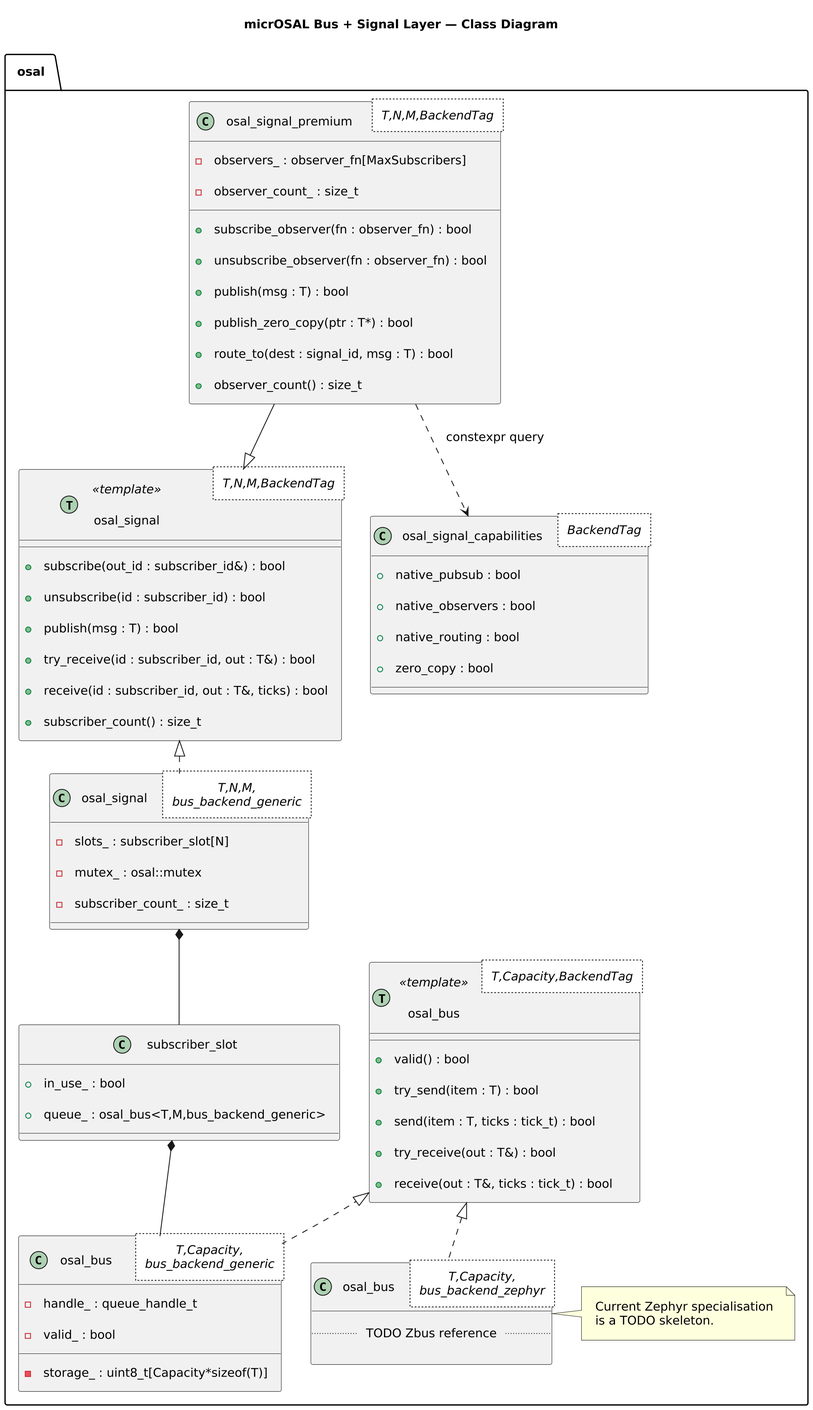
The PlantUML diagram docs/diagrams/print/bus_class_diagram.png in jwbmwv/micrOSAL, before a commit. Source of this version:
```plantuml
@startuml bus_class_diagram
!include /home/jbaldwin/Projects/micrOSAL/docs/diagrams/_render_profile_print.puml

title micrOSAL Bus + Signal Layer — Class Diagram

namespace osal {

    class "osal_bus<T,Capacity,BackendTag>" as Bus << (T,#ADD1B2) template >> {
        +valid() : bool
        +try_send(item : T) : bool
        +send(item : T, ticks : tick_t) : bool
        +try_receive(out : T&) : bool
        +receive(out : T&, ticks : tick_t) : bool
    }

    class "osal_bus<T,Capacity,\nbus_backend_generic>" as BusGeneric {
        -handle_ : queue_handle_t
        -storage_ : uint8_t[Capacity*sizeof(T)]
        -valid_ : bool
    }

    class "osal_bus<T,Capacity,\nbus_backend_zephyr>" as BusZephyr {
        .. TODO Zbus reference ..
    }

    Bus <|.. BusGeneric
    Bus <|.. BusZephyr

    class "osal_signal<T,N,M,BackendTag>" as Signal << (T,#ADD1B2) template >> {
        +subscribe(out_id : subscriber_id&) : bool
        +unsubscribe(id : subscriber_id) : bool
        +publish(msg : T) : bool
        +try_receive(id : subscriber_id, out : T&) : bool
        +receive(id : subscriber_id, out : T&, ticks) : bool
        +subscriber_count() : size_t
    }

    class "osal_signal<T,N,M,\nbus_backend_generic>" as SignalGeneric {
        -slots_ : subscriber_slot[N]
        -mutex_ : osal::mutex
        -subscriber_count_ : size_t
    }

    class subscriber_slot {
        +in_use_ : bool
        +queue_ : osal_bus<T,M,bus_backend_generic>
    }

    class "osal_signal_premium<T,N,M,BackendTag>" as SignalPremium {
        +subscribe_observer(fn : observer_fn) : bool
        +unsubscribe_observer(fn : observer_fn) : bool
        +publish(msg : T) : bool
        +publish_zero_copy(ptr : T*) : bool
        +route_to(dest : signal_id, msg : T) : bool
        +observer_count() : size_t
        -observers_ : observer_fn[MaxSubscribers]
        -observer_count_ : size_t
    }

    class "osal_signal_capabilities<BackendTag>" as Caps {
        +native_pubsub : bool
        +native_observers : bool
        +native_routing : bool
        +zero_copy : bool
    }

        Signal <|.. SignalGeneric
        SignalPremium --|> Signal
        SignalGeneric *-- subscriber_slot
        subscriber_slot *-- BusGeneric
        SignalPremium ..> Caps : constexpr query

        note right of BusZephyr
            Current Zephyr specialisation
            is a TODO skeleton.
        end note
}

@enduml
```
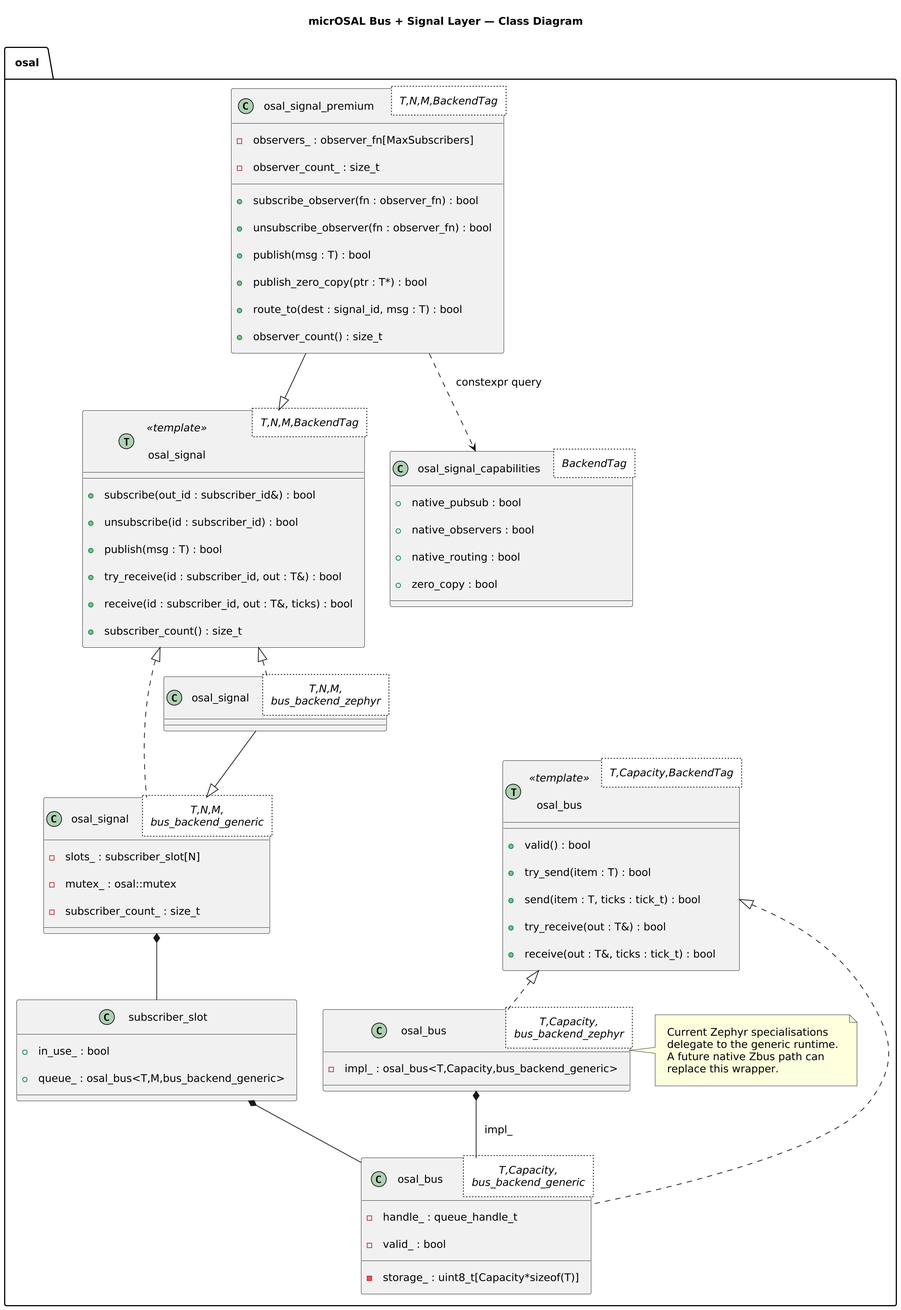
After the change.

Change to the diagram source:
```diff
@@ -20,7 +20,7 @@
     }
 
     class "osal_bus<T,Capacity,\nbus_backend_zephyr>" as BusZephyr {
-        .. TODO Zbus reference ..
+        -impl_ : osal_bus<T,Capacity,bus_backend_generic>
     }
 
     Bus <|.. BusGeneric
@@ -39,6 +39,9 @@
         -slots_ : subscriber_slot[N]
         -mutex_ : osal::mutex
         -subscriber_count_ : size_t
+    }
+
+    class "osal_signal<T,N,M,\nbus_backend_zephyr>" as SignalZephyr {
     }
 
     class subscriber_slot {
@@ -65,14 +68,19 @@
     }
 
         Signal <|.. SignalGeneric
+        Signal <|.. SignalZephyr
         SignalPremium --|> Signal
+        SignalZephyr --|> SignalGeneric
         SignalGeneric *-- subscriber_slot
         subscriber_slot *-- BusGeneric
+        BusZephyr *-- BusGeneric : impl_
         SignalPremium ..> Caps : constexpr query
 
         note right of BusZephyr
-            Current Zephyr specialisation
-            is a TODO skeleton.
+            Current Zephyr specialisations
+            delegate to the generic runtime.
+            A future native Zbus path can
+            replace this wrapper.
         end note
 }
 
```
